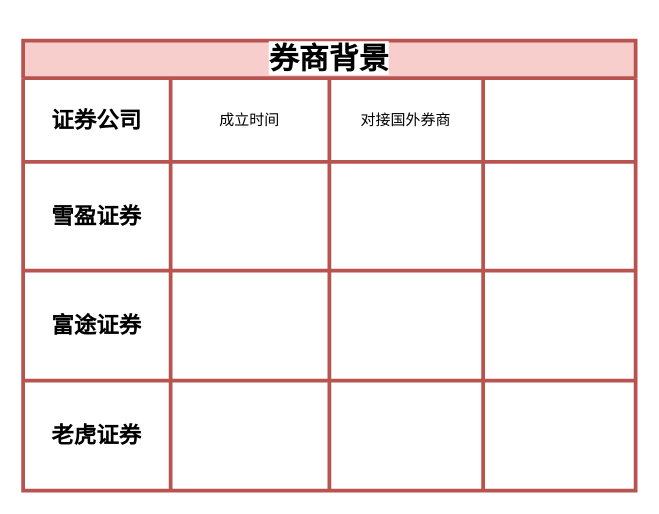
Above: 美股/image/Untitled Diagram.drawio in ljingya/LearningNotes (draw.io), before the change. Source tidied: cells renumbered, new cells numbered last; positions are measured from the earlier drawing's top-left corner, leaving out a move shared by most shapes. Both pictures are drawn from the tidied source at 125%, with x=0, y=0 at pixel (22, 40).
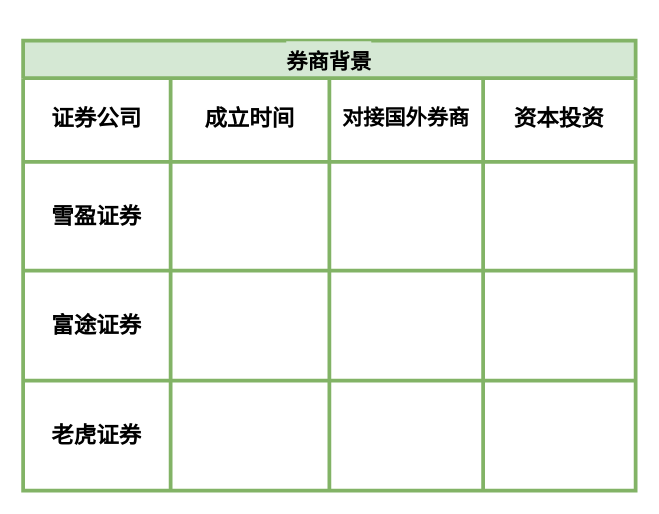
The same page after the edit.

Unchanged cells that the change refers to:
```xml
<mxCell id="3" style="shape=partialRectangle;html=1;whiteSpace=wrap;fillColor=none;top=0;left=0;bottom=0;right=0;" parent="2" vertex="1">
  <mxGeometry y="30" width="490" height="67" as="geometry" />
</mxCell>
```

Diff of the diagram source:
```diff
@@
-    <mxCell id="2" value="&lt;h1&gt;&lt;span style=&quot;background-color: rgb(255 , 255 , 255)&quot;&gt;券商背景&lt;/span&gt;&lt;/h1&gt;" style="shape=table;html=1;whiteSpace=wrap;startSize=30;childLayout=tableLayout;fontStyle=1;align=center;fillColor=#f8cecc;strokeColor=#b85450;strokeWidth=3;" parent="1" vertex="1">
+    <mxCell id="2" value="&lt;h1&gt;&lt;span style=&quot;background-color: rgb(213 , 232 , 212)&quot;&gt;&lt;font style=&quot;font-size: 17px&quot;&gt;券商背景&lt;/font&gt;&lt;/span&gt;&lt;/h1&gt;" style="shape=table;html=1;whiteSpace=wrap;startSize=30;childLayout=tableLayout;fontStyle=1;align=center;fillColor=#D5E8D4;strokeColor=#82b366;strokeWidth=3;" parent="1" vertex="1">
       <mxGeometry width="490" height="360" as="geometry" />
     </mxCell>
@@
-    <mxCell id="4" value="&lt;h2&gt;证券公司&lt;/h2&gt;" style="shape=partialRectangle;html=1;whiteSpace=wrap;fillColor=none;top=0;left=0;bottom=0;right=0;overflow=hidden;" parent="3" vertex="1">
+    <mxCell id="4" value="&lt;pre&gt;&lt;font style=&quot;font-size: 18px&quot;&gt;&lt;b&gt;证券公司&lt;/b&gt;&lt;/font&gt;&lt;/pre&gt;" style="shape=partialRectangle;html=1;whiteSpace=wrap;fillColor=none;top=0;left=0;bottom=0;right=0;overflow=hidden;" parent="3" vertex="1">
       <mxGeometry width="118" height="67" as="geometry" />
     </mxCell>
-    <mxCell id="5" value="成立时间" style="shape=partialRectangle;html=1;whiteSpace=wrap;fillColor=none;top=0;left=0;bottom=0;right=0;overflow=hidden;" parent="3" vertex="1">
+    <mxCell id="5" value="&lt;pre&gt;&lt;font style=&quot;font-size: 18px&quot;&gt;&lt;b&gt;成立时间&lt;/b&gt;&lt;/font&gt;&lt;/pre&gt;" style="shape=partialRectangle;html=1;whiteSpace=wrap;fillColor=none;top=0;left=0;bottom=0;right=0;overflow=hidden;" parent="3" vertex="1">
       <mxGeometry x="118" width="127" height="67" as="geometry" />
     </mxCell>
-    <mxCell id="6" value="对接国外券商" style="shape=partialRectangle;html=1;whiteSpace=wrap;fillColor=none;top=0;left=0;bottom=0;right=0;overflow=hidden;" parent="3" vertex="1">
+    <mxCell id="6" value="&lt;pre&gt;&lt;font style=&quot;font-size: 17px&quot;&gt;&lt;b&gt;对接国外券商&lt;/b&gt;&lt;/font&gt;&lt;/pre&gt;" style="shape=partialRectangle;html=1;whiteSpace=wrap;fillColor=none;top=0;left=0;bottom=0;right=0;overflow=hidden;" parent="3" vertex="1">
       <mxGeometry x="245" width="123" height="67" as="geometry" />
     </mxCell>
-    <mxCell id="7" style="shape=partialRectangle;html=1;whiteSpace=wrap;fillColor=none;top=0;left=0;bottom=0;right=0;overflow=hidden;" parent="3" vertex="1">
+    <mxCell id="7" value="&lt;pre&gt;&lt;font style=&quot;font-size: 18px&quot;&gt;&lt;b&gt;资本投资&lt;/b&gt;&lt;/font&gt;&lt;/pre&gt;" style="shape=partialRectangle;html=1;whiteSpace=wrap;fillColor=none;top=0;left=0;bottom=0;right=0;overflow=hidden;" parent="3" vertex="1">
       <mxGeometry x="368" width="122" height="67" as="geometry" />
     </mxCell>
```
